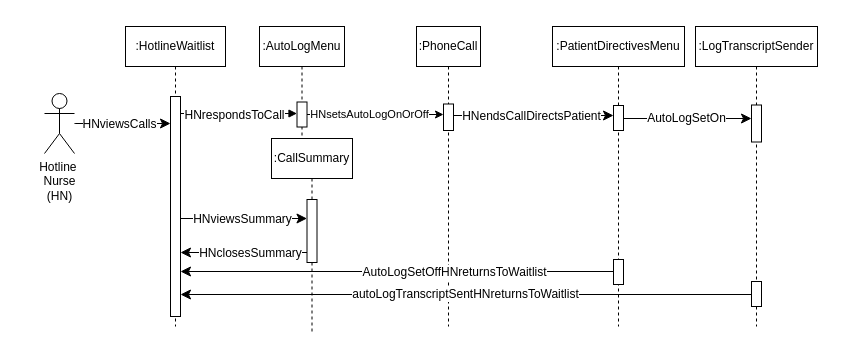
This is AmirWork/M2/Nurse_Hotline_SequenceDiagram.drawio from SENG-350-2024-fall/Team9, a draw.io file, before an edit. Source tidied: cells renumbered, new cells numbered last; positions are measured from the earlier drawing's top-left corner, leaving out a move shared by most shapes. Both pictures are drawn from the tidied source at 100%, with x=0, y=0 at pixel (17, 17).
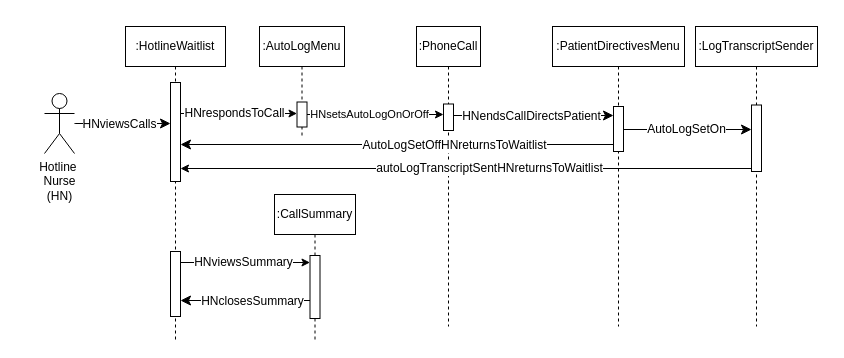
After the change.

The change refers to these unchanged cells:
```xml
<mxCell id="5" style="html=1;points=[];perimeter=orthogonalPerimeter;outlineConnect=0;targetShapes=umlLifeline;portConstraint=eastwest;newEdgeStyle={&quot;edgeStyle&quot;:&quot;elbowEdgeStyle&quot;,&quot;elbow&quot;:&quot;vertical&quot;,&quot;curved&quot;:0,&quot;rounded&quot;:0};" parent="4" vertex="1">
  <mxGeometry x="35.5" y="61" width="10" height="63" as="geometry" />
</mxCell>
<mxCell id="9" style="html=1;points=[];perimeter=orthogonalPerimeter;outlineConnect=0;targetShapes=umlLifeline;portConstraint=eastwest;newEdgeStyle={&quot;edgeStyle&quot;:&quot;elbowEdgeStyle&quot;,&quot;elbow&quot;:&quot;vertical&quot;,&quot;curved&quot;:0,&quot;rounded&quot;:0};" parent="8" vertex="1">
  <mxGeometry x="37.5" y="75.5" width="10" height="25" as="geometry" />
</mxCell>
<mxCell id="14" value="Hotline&amp;nbsp;&lt;div&gt;Nurse&lt;/div&gt;&lt;div&gt;(HN)&lt;/div&gt;" style="shape=umlActor;verticalLabelPosition=bottom;verticalAlign=top;html=1;outlineConnect=0;" parent="1" vertex="1">
  <mxGeometry x="27" y="76" width="30" height="60" as="geometry" />
</mxCell>
<mxCell id="23" value=":PatientDirectivesMenu" style="shape=umlLifeline;perimeter=lifelinePerimeter;whiteSpace=wrap;html=1;newEdgeStyle={&quot;edgeStyle&quot;:&quot;elbowEdgeStyle&quot;,&quot;elbow&quot;:&quot;vertical&quot;,&quot;curved&quot;:0,&quot;rounded&quot;:0};" parent="1" vertex="1">
  <mxGeometry x="535" y="9" width="132" height="300" as="geometry" />
</mxCell>
<mxCell id="28" value=":LogTranscriptSender" style="shape=umlLifeline;perimeter=lifelinePerimeter;whiteSpace=wrap;html=1;newEdgeStyle={&quot;edgeStyle&quot;:&quot;elbowEdgeStyle&quot;,&quot;elbow&quot;:&quot;vertical&quot;,&quot;curved&quot;:0,&quot;rounded&quot;:0};" parent="1" vertex="1">
  <mxGeometry x="678" y="9" width="122" height="300" as="geometry" />
</mxCell>
```

Diff of the diagram source:
```diff
@@
-    <mxCell id="2" style="rounded=0;whiteSpace=wrap;html=1;strokeColor=none;" parent="1" vertex="1">
-      <mxGeometry x="731" width="79" height="60.5" as="geometry" />
-    </mxCell>
-    <mxCell id="3" style="rounded=0;whiteSpace=wrap;html=1;strokeColor=none;" parent="1" vertex="1">
-      <mxGeometry y="9" width="127" height="147" as="geometry" />
-    </mxCell>
     <mxCell id="4" value=":CallSummary" style="shape=umlLifeline;perimeter=lifelinePerimeter;whiteSpace=wrap;html=1;newEdgeStyle={&quot;edgeStyle&quot;:&quot;elbowEdgeStyle&quot;,&quot;elbow&quot;:&quot;vertical&quot;,&quot;curved&quot;:0,&quot;rounded&quot;:0};" parent="1" vertex="1">
-      <mxGeometry x="254" y="121" width="81" height="195" as="geometry" />
+      <mxGeometry x="257" y="177" width="81" height="146" as="geometry" />
     </mxCell>
@@
     <mxCell id="6" value=":HotlineWaitlist" style="shape=umlLifeline;perimeter=lifelinePerimeter;whiteSpace=wrap;html=1;outlineConnect=0;portConstraint=eastwest;newEdgeStyle={&quot;edgeStyle&quot;:&quot;elbowEdgeStyle&quot;,&quot;elbow&quot;:&quot;vertical&quot;,&quot;curved&quot;:0,&quot;rounded&quot;:0};" parent="1" vertex="1">
-      <mxGeometry x="108" y="9" width="100" height="300" as="geometry" />
+      <mxGeometry x="108" y="9" width="100" height="313" as="geometry" />
     </mxCell>
-    <mxCell id="7" style="html=1;points=[];perimeter=orthogonalPerimeter;outlineConnect=0;targetShapes=umlLifeline;portConstraint=eastwest;newEdgeStyle={&quot;edgeStyle&quot;:&quot;elbowEdgeStyle&quot;,&quot;elbow&quot;:&quot;vertical&quot;,&quot;curved&quot;:0,&quot;rounded&quot;:0};" parent="6" vertex="1">
-      <mxGeometry x="45" y="70" width="10" height="220" as="geometry" />
-    </mxCell>
+    <mxCell id="36" style="html=1;points=[];perimeter=orthogonalPerimeter;outlineConnect=0;targetShapes=umlLifeline;portConstraint=eastwest;newEdgeStyle={&quot;edgeStyle&quot;:&quot;elbowEdgeStyle&quot;,&quot;elbow&quot;:&quot;vertical&quot;,&quot;curved&quot;:0,&quot;rounded&quot;:0};" parent="6" vertex="1">
+      <mxGeometry x="45" y="56" width="10" height="99" as="geometry" />
+    </mxCell>
+    <mxCell id="37" style="html=1;points=[];perimeter=orthogonalPerimeter;outlineConnect=0;targetShapes=umlLifeline;portConstraint=eastwest;newEdgeStyle={&quot;edgeStyle&quot;:&quot;elbowEdgeStyle&quot;,&quot;elbow&quot;:&quot;vertical&quot;,&quot;curved&quot;:0,&quot;rounded&quot;:0};" parent="6" vertex="1">
+      <mxGeometry x="45" y="225" width="10" height="65" as="geometry" />
+    </mxCell>
+    <mxCell id="17" style="edgeStyle=elbowEdgeStyle;curved=0;rounded=0;jettySize=auto;html=1;elbow=horizontal;fontSize=12;startSize=8;endSize=8;" parent="6" edge="1" source="37" target="6">
+      <mxGeometry relative="1" as="geometry" />
+    </mxCell>
@@
-    <mxCell id="10" style="html=1;verticalAlign=bottom;endArrow=block;edgeStyle=elbowEdgeStyle;elbow=vertical;curved=0;rounded=0;" parent="1" edge="1" source="7" target="9">
+    <mxCell id="10" style="html=1;verticalAlign=bottom;endArrow=classic;edgeStyle=elbowEdgeStyle;elbow=vertical;curved=0;rounded=0;endFill=1;" parent="1" edge="1" source="36" target="9">
       <mxGeometry x="0.04" y="-8" relative="1" as="geometry">
         <Array as="points">
           <mxPoint x="177" y="96" />
         </Array>
       </mxGeometry>
     </mxCell>
     <mxCell id="11" value="HNrespondsToCall" style="edgeLabel;html=1;align=center;verticalAlign=middle;fontSize=12;" parent="10" vertex="1">
       <mxGeometry x="0.02" y="-1" relative="1" as="geometry">
-        <mxPoint x="-6" as="offset" />
+        <mxPoint x="-6" y="-2" as="offset" />
       </mxGeometry>
     </mxCell>
-    <mxCell id="12" style="edgeStyle=none;curved=1;rounded=0;jettySize=auto;html=1;fontSize=12;startSize=8;endSize=8;" parent="1" edge="1" source="14" target="7">
+    <mxCell id="12" style="edgeStyle=none;curved=1;rounded=0;jettySize=auto;html=1;fontSize=12;startSize=8;endSize=8;" parent="1" edge="1" source="14" target="36">
       <mxGeometry x="0.77" y="29" relative="1" as="geometry" />
     </mxCell>
@@
-    <mxCell id="15" style="edgeStyle=elbowEdgeStyle;curved=0;rounded=0;jettySize=auto;html=1;elbow=horizontal;fontSize=12;startSize=8;endSize=8;" parent="1" edge="1" source="7" target="5">
-      <mxGeometry relative="1" as="geometry">
-        <Array as="points">
-          <mxPoint x="217" y="201" />
-        </Array>
-      </mxGeometry>
-    </mxCell>
-    <mxCell id="16" value="HNviewsSummary" style="edgeLabel;html=1;align=center;verticalAlign=middle;fontSize=12;" parent="15" vertex="1">
-      <mxGeometry x="0.09" y="-1" relative="1" as="geometry">
-        <mxPoint x="-8" y="-1" as="offset" />
-      </mxGeometry>
-    </mxCell>
-    <mxCell id="17" style="edgeStyle=elbowEdgeStyle;curved=0;rounded=0;jettySize=auto;html=1;elbow=horizontal;fontSize=12;startSize=8;endSize=8;" parent="1" edge="1" source="5" target="7">
-      <mxGeometry relative="1" as="geometry">
-        <Array as="points">
-          <mxPoint x="217" y="235" />
-        </Array>
-      </mxGeometry>
-    </mxCell>
-    <mxCell id="18" value="HNclosesSummary" style="edgeLabel;html=1;align=center;verticalAlign=middle;fontSize=12;" parent="17" vertex="1">
-      <mxGeometry x="-0.1" relative="1" as="geometry" />
-    </mxCell>
@@
     <mxCell id="24" style="html=1;points=[];perimeter=orthogonalPerimeter;outlineConnect=0;targetShapes=umlLifeline;portConstraint=eastwest;newEdgeStyle={&quot;edgeStyle&quot;:&quot;elbowEdgeStyle&quot;,&quot;elbow&quot;:&quot;vertical&quot;,&quot;curved&quot;:0,&quot;rounded&quot;:0};" parent="23" vertex="1">
-      <mxGeometry x="61" y="79" width="10" height="25" as="geometry" />
+      <mxGeometry x="61" y="80" width="10" height="45" as="geometry" />
     </mxCell>
-    <mxCell id="25" style="html=1;points=[];perimeter=orthogonalPerimeter;outlineConnect=0;targetShapes=umlLifeline;portConstraint=eastwest;newEdgeStyle={&quot;edgeStyle&quot;:&quot;elbowEdgeStyle&quot;,&quot;elbow&quot;:&quot;vertical&quot;,&quot;curved&quot;:0,&quot;rounded&quot;:0};" parent="23" vertex="1">
-      <mxGeometry x="61" y="233" width="10" height="25" as="geometry" />
-    </mxCell>
@@
-    <mxCell id="29" style="html=1;points=[];perimeter=orthogonalPerimeter;outlineConnect=0;targetShapes=umlLifeline;portConstraint=eastwest;newEdgeStyle={&quot;edgeStyle&quot;:&quot;elbowEdgeStyle&quot;,&quot;elbow&quot;:&quot;vertical&quot;,&quot;curved&quot;:0,&quot;rounded&quot;:0};" parent="28" vertex="1">
-      <mxGeometry x="56" y="255" width="10" height="25" as="geometry" />
-    </mxCell>
     <mxCell id="30" style="html=1;points=[];perimeter=orthogonalPerimeter;outlineConnect=0;targetShapes=umlLifeline;portConstraint=eastwest;newEdgeStyle={&quot;edgeStyle&quot;:&quot;elbowEdgeStyle&quot;,&quot;elbow&quot;:&quot;vertical&quot;,&quot;curved&quot;:0,&quot;rounded&quot;:0};" parent="28" vertex="1">
-      <mxGeometry x="56" y="78.5" width="10" height="37" as="geometry" />
+      <mxGeometry x="56" y="78.5" width="10" height="66.5" as="geometry" />
     </mxCell>
-    <mxCell id="31" style="edgeStyle=elbowEdgeStyle;curved=0;rounded=0;jettySize=auto;html=1;elbow=vertical;fontSize=12;startSize=8;endSize=8;startArrow=classic;startFill=1;endArrow=none;endFill=0;" parent="1" edge="1" source="7" target="25">
+    <mxCell id="31" style="edgeStyle=elbowEdgeStyle;curved=0;rounded=0;jettySize=auto;html=1;elbow=vertical;fontSize=12;startSize=8;endSize=8;startArrow=classic;startFill=1;endArrow=none;endFill=0;" parent="1" edge="1" source="36" target="24">
       <mxGeometry x="0.1" y="-2" relative="1" as="geometry">
         <Array as="points">
-          <mxPoint x="365" y="254" />
+          <mxPoint x="381" y="127" />
         </Array>
       </mxGeometry>
     </mxCell>
@@
-    <mxCell id="33" value="autoLogTranscriptSentHNreturnsToWaitlist" style="edgeStyle=elbowEdgeStyle;curved=0;rounded=0;jettySize=auto;html=1;elbow=vertical;fontSize=12;startSize=8;endSize=8;" parent="1" edge="1" source="29" target="7">
-      <mxGeometry relative="1" as="geometry" />
-    </mxCell>
@@
+    <mxCell id="38" style="edgeStyle=elbowEdgeStyle;rounded=0;jettySize=auto;html=1;elbow=vertical;curved=0;" parent="1" edge="1" source="30" target="36">
+      <mxGeometry relative="1" as="geometry">
+        <Array as="points">
+          <mxPoint x="453" y="151" />
+        </Array>
+      </mxGeometry>
+    </mxCell>
+    <mxCell id="33" value="&lt;span style=&quot;font-size: 12px;&quot;&gt;autoLogTranscriptSentHNreturnsToWaitlist&lt;/span&gt;" style="edgeLabel;html=1;align=center;verticalAlign=middle;" parent="38" vertex="1">
+      <mxGeometry x="-0.08" y="-1" relative="1" as="geometry" />
+    </mxCell>
+    <mxCell id="39" style="edgeStyle=elbowEdgeStyle;curved=0;rounded=0;jettySize=auto;html=1;elbow=horizontal;fontSize=12;startSize=8;endSize=8;" parent="1" edge="1" source="5" target="37">
+      <mxGeometry relative="1" as="geometry">
+        <Array as="points">
+          <mxPoint x="222" y="283" />
+        </Array>
+      </mxGeometry>
+    </mxCell>
+    <mxCell id="18" value="HNclosesSummary" style="edgeLabel;html=1;align=center;verticalAlign=middle;fontSize=12;" parent="39" vertex="1">
+      <mxGeometry x="-0.1" relative="1" as="geometry" />
+    </mxCell>
+    <mxCell id="40" style="edgeStyle=elbowEdgeStyle;rounded=0;jettySize=auto;html=1;elbow=vertical;curved=0;" parent="1" edge="1" source="37" target="5">
+      <mxGeometry relative="1" as="geometry">
+        <Array as="points">
+          <mxPoint x="228" y="245" />
+        </Array>
+      </mxGeometry>
+    </mxCell>
+    <mxCell id="16" value="&lt;span style=&quot;font-size: 12px;&quot;&gt;HNviewsSummary&lt;/span&gt;" style="edgeLabel;html=1;align=center;verticalAlign=middle;" parent="40" vertex="1">
+      <mxGeometry x="-0.23" relative="1" as="geometry">
+        <mxPoint x="12" y="-1" as="offset" />
+      </mxGeometry>
+    </mxCell>
```
